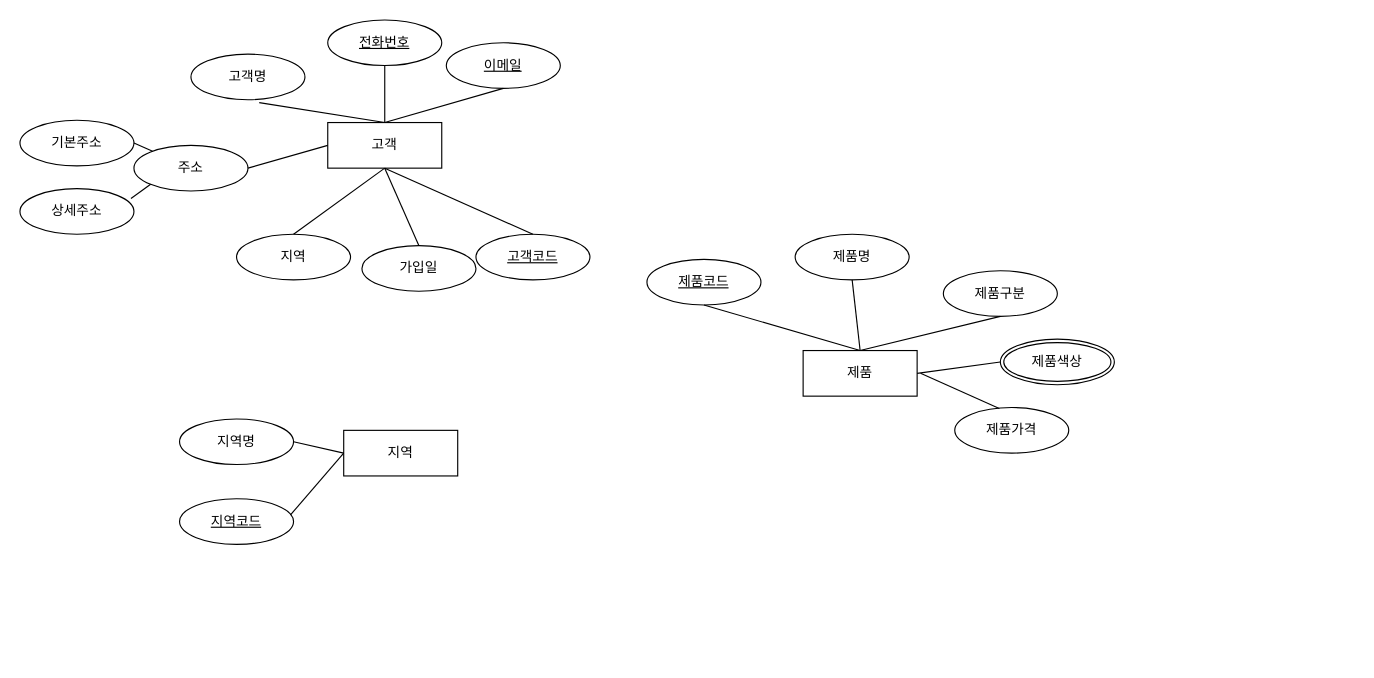
This is 제목 없는 다이어그램.drawio from woozi97/erd, a draw.io file, before an edit. Source tidied: cells renumbered, new cells numbered last; positions are measured from the earlier drawing's top-left corner, leaving out a move shared by most shapes. Both pictures are drawn from the tidied source at 114%, with x=0, y=0 at pixel (19, 19).
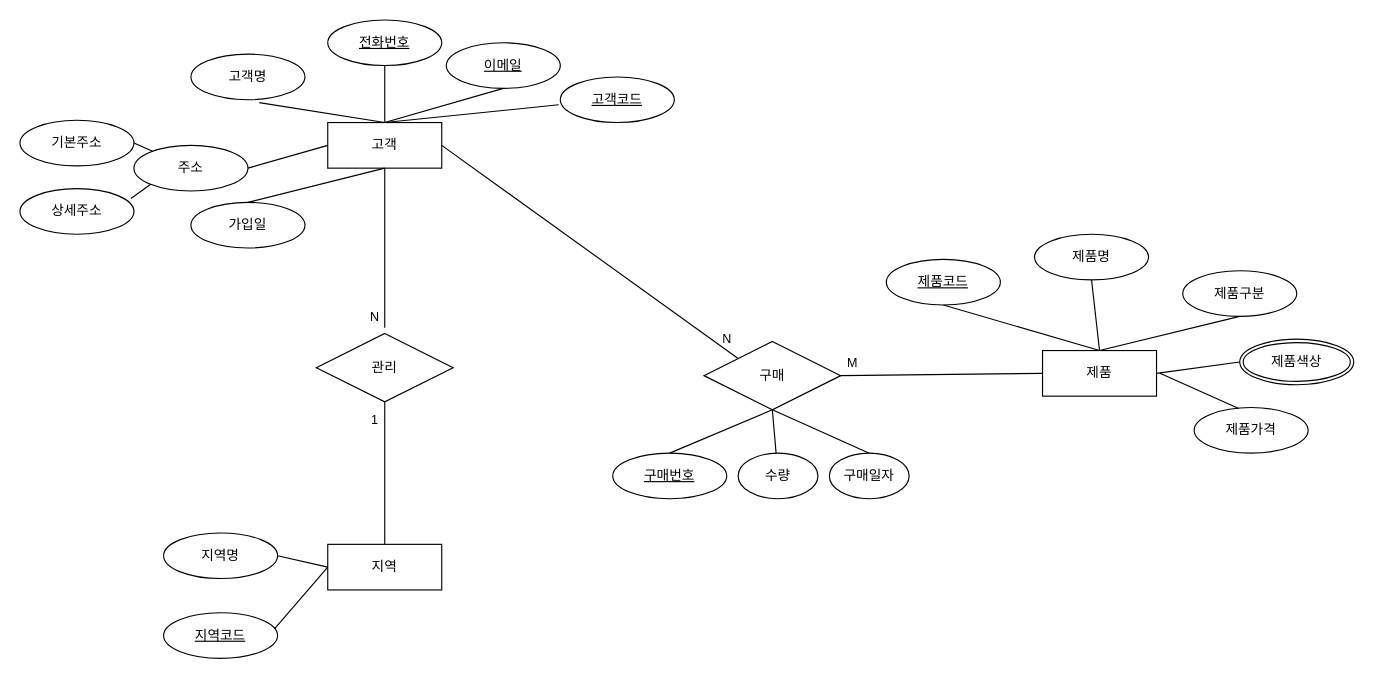
Above is the later version.

Commit message:
제목 없는 다이어그램.drawio 업데이트

The change refers to these unchanged cells:
```xml
<mxCell id="2" value="고객" style="whiteSpace=wrap;html=1;align=center;" parent="1" vertex="1">
  <mxGeometry x="270" y="90" width="100" height="40" as="geometry" />
</mxCell>
```

What changed in the source:
```diff
@@
-    <mxCell id="9" value="지역" style="ellipse;whiteSpace=wrap;html=1;align=center;" parent="1" vertex="1">
-      <mxGeometry x="190" y="188" width="100" height="40" as="geometry" />
-    </mxCell>
     <mxCell id="10" value="가입일" style="ellipse;whiteSpace=wrap;html=1;align=center;" parent="1" vertex="1">
-      <mxGeometry x="300" y="198" width="100" height="40" as="geometry" />
+      <mxGeometry x="150" y="160" width="100" height="40" as="geometry" />
     </mxCell>
     <mxCell id="11" value="고객코드" style="ellipse;whiteSpace=wrap;html=1;align=center;fontStyle=4;" parent="1" vertex="1">
-      <mxGeometry x="400" y="188" width="100" height="40" as="geometry" />
+      <mxGeometry x="474" y="50" width="100" height="40" as="geometry" />
     </mxCell>
@@
-    <mxCell id="18" style="endArrow=none;html=1;rounded=0;exitX=0.5;exitY=0;exitDx=0;exitDy=0;entryX=0.5;entryY=1;entryDx=0;entryDy=0;" parent="1" edge="1" source="9" target="2">
-      <mxGeometry relative="1" as="geometry" />
-    </mxCell>
@@
-    <mxCell id="20" style="endArrow=none;html=1;rounded=0;exitX=0.5;exitY=0;exitDx=0;exitDy=0;" parent="1" edge="1" source="11">
-      <mxGeometry relative="1" as="geometry">
-        <mxPoint x="320" y="130" as="targetPoint" />
-      </mxGeometry>
+    <mxCell id="20" style="endArrow=none;html=1;rounded=0;exitX=-0.014;exitY=0.61;exitDx=0;exitDy=0;entryX=0.5;entryY=0;entryDx=0;entryDy=0;exitPerimeter=0;" parent="1" edge="1" source="11" target="2">
+      <mxGeometry relative="1" as="geometry" />
     </mxCell>
     <mxCell id="21" value="지역" style="whiteSpace=wrap;html=1;align=center;" parent="1" vertex="1">
-      <mxGeometry x="284" y="360" width="100" height="40" as="geometry" />
+      <mxGeometry x="270" y="460" width="100" height="40" as="geometry" />
     </mxCell>
     <mxCell id="22" value="지역명" style="ellipse;whiteSpace=wrap;html=1;align=center;" parent="1" vertex="1">
-      <mxGeometry x="140" y="350" width="100" height="40" as="geometry" />
+      <mxGeometry x="126" y="450" width="100" height="40" as="geometry" />
     </mxCell>
@@
     <mxCell id="24" value="지역코드" style="ellipse;whiteSpace=wrap;html=1;align=center;fontStyle=4;" parent="1" vertex="1">
-      <mxGeometry x="140" y="420" width="100" height="40" as="geometry" />
+      <mxGeometry x="126" y="520" width="100" height="40" as="geometry" />
     </mxCell>
@@
     <mxCell id="26" value="제품" style="whiteSpace=wrap;html=1;align=center;" parent="1" vertex="1">
-      <mxGeometry x="687" y="290" width="100" height="40" as="geometry" />
+      <mxGeometry x="897" y="290" width="100" height="40" as="geometry" />
     </mxCell>
     <mxCell id="27" value="제품명" style="ellipse;whiteSpace=wrap;html=1;align=center;" parent="1" vertex="1">
-      <mxGeometry x="680" y="188" width="100" height="40" as="geometry" />
+      <mxGeometry x="890" y="188" width="100" height="40" as="geometry" />
     </mxCell>
@@
     <mxCell id="29" value="제품코드" style="ellipse;whiteSpace=wrap;html=1;align=center;fontStyle=4;" parent="1" vertex="1">
-      <mxGeometry x="550" y="210" width="100" height="40" as="geometry" />
+      <mxGeometry x="760" y="210" width="100" height="40" as="geometry" />
     </mxCell>
@@
     <mxCell id="31" value="제품구분" style="ellipse;whiteSpace=wrap;html=1;align=center;" parent="1" vertex="1">
-      <mxGeometry x="810" y="220" width="100" height="40" as="geometry" />
+      <mxGeometry x="1020" y="220" width="100" height="40" as="geometry" />
     </mxCell>
@@
     <mxCell id="33" value="제품색상" style="ellipse;shape=doubleEllipse;margin=3;whiteSpace=wrap;html=1;align=center;" parent="1" vertex="1">
-      <mxGeometry x="860" y="280" width="100" height="40" as="geometry" />
+      <mxGeometry x="1070" y="280" width="100" height="40" as="geometry" />
     </mxCell>
     <mxCell id="34" value="제품가격" style="ellipse;whiteSpace=wrap;html=1;align=center;" parent="1" vertex="1">
-      <mxGeometry x="820" y="340" width="100" height="40" as="geometry" />
+      <mxGeometry x="1030" y="340" width="100" height="40" as="geometry" />
     </mxCell>
@@
     <mxCell id="36" style="endArrow=none;html=1;rounded=0;exitX=0.391;exitY=0.019;exitDx=0;exitDy=0;exitPerimeter=0;" parent="1" edge="1" source="34">
       <mxGeometry relative="1" as="geometry">
-        <mxPoint x="790" y="310" as="targetPoint" />
+        <mxPoint x="1000" y="310" as="targetPoint" />
       </mxGeometry>
     </mxCell>
+    <mxCell id="37" style="endArrow=none;html=1;rounded=0;exitX=0;exitY=0;exitDx=0;exitDy=0;entryX=1;entryY=0.5;entryDx=0;entryDy=0;" parent="1" edge="1" source="46" target="2">
+      <mxGeometry relative="1" as="geometry" />
+    </mxCell>
+    <mxCell id="38" value="N" style="edgeLabel;html=1;align=center;verticalAlign=middle;" parent="37" vertex="1">
+      <mxGeometry x="-0.15" relative="1" as="geometry">
+        <mxPoint x="100" y="62" as="offset" />
+      </mxGeometry>
+    </mxCell>
+    <mxCell id="39" style="endArrow=none;html=1;rounded=0;entryX=0;entryY=0.5;entryDx=0;entryDy=0;exitX=1;exitY=0.5;exitDx=0;exitDy=0;" parent="1" edge="1" source="46" target="26">
+      <mxGeometry relative="1" as="geometry" />
+    </mxCell>
+    <mxCell id="40" value="M" style="edgeLabel;html=1;align=center;verticalAlign=middle;" parent="39" vertex="1">
+      <mxGeometry x="-0.2" y="1" relative="1" as="geometry">
+        <mxPoint x="-61" y="-10" as="offset" />
+      </mxGeometry>
+    </mxCell>
+    <mxCell id="41" value="관리" style="shape=rhombus;perimeter=rhombusPerimeter;whiteSpace=wrap;html=1;align=center;" parent="1" vertex="1">
+      <mxGeometry x="260" y="275" width="120" height="60" as="geometry" />
+    </mxCell>
+    <mxCell id="42" style="endArrow=none;html=1;rounded=0;" parent="1" edge="1">
+      <mxGeometry relative="1" as="geometry">
+        <mxPoint x="320" y="270" as="sourcePoint" />
+        <mxPoint x="320" y="130" as="targetPoint" />
+      </mxGeometry>
+    </mxCell>
+    <mxCell id="43" value="N" style="edgeLabel;html=1;align=center;verticalAlign=middle;" parent="42" vertex="1">
+      <mxGeometry x="0.63" y="-2" relative="1" as="geometry">
+        <mxPoint x="-12" y="104" as="offset" />
+      </mxGeometry>
+    </mxCell>
+    <mxCell id="44" style="endArrow=none;html=1;rounded=0;entryX=0.5;entryY=1;entryDx=0;entryDy=0;exitX=0.5;exitY=0;exitDx=0;exitDy=0;" parent="1" edge="1" source="21" target="41">
+      <mxGeometry relative="1" as="geometry" />
+    </mxCell>
+    <mxCell id="45" value="1" style="edgeLabel;html=1;align=center;verticalAlign=middle;" parent="44" vertex="1">
+      <mxGeometry x="0.14" y="-1" relative="1" as="geometry">
+        <mxPoint x="-11" y="-39" as="offset" />
+      </mxGeometry>
+    </mxCell>
+    <mxCell id="46" value="구매" style="shape=rhombus;perimeter=rhombusPerimeter;whiteSpace=wrap;html=1;align=center;" parent="1" vertex="1">
+      <mxGeometry x="600" y="282" width="120" height="60" as="geometry" />
+    </mxCell>
+    <mxCell id="47" value="구매번호" style="ellipse;whiteSpace=wrap;html=1;align=center;fontStyle=4;" parent="1" vertex="1">
+      <mxGeometry x="520" y="380" width="100" height="40" as="geometry" />
+    </mxCell>
+    <mxCell id="48" value="수량" style="ellipse;whiteSpace=wrap;html=1;align=center;" parent="1" vertex="1">
+      <mxGeometry x="630" y="380" width="70" height="40" as="geometry" />
+    </mxCell>
+    <mxCell id="49" value="구매일자" style="ellipse;whiteSpace=wrap;html=1;align=center;" parent="1" vertex="1">
+      <mxGeometry x="710" y="380" width="70" height="40" as="geometry" />
+    </mxCell>
+    <mxCell id="50" style="endArrow=none;html=1;rounded=0;exitX=0.5;exitY=0;exitDx=0;exitDy=0;entryX=0.5;entryY=1;entryDx=0;entryDy=0;" parent="1" edge="1" source="47" target="46">
+      <mxGeometry relative="1" as="geometry" />
+    </mxCell>
+    <mxCell id="51" style="endArrow=none;html=1;rounded=0;entryX=0.5;entryY=1;entryDx=0;entryDy=0;" parent="1" edge="1" source="48" target="46">
+      <mxGeometry relative="1" as="geometry" />
+    </mxCell>
+    <mxCell id="52" style="endArrow=none;html=1;rounded=0;entryX=0.5;entryY=1;entryDx=0;entryDy=0;exitX=0.5;exitY=0;exitDx=0;exitDy=0;" parent="1" edge="1" source="49" target="46">
+      <mxGeometry relative="1" as="geometry" />
+    </mxCell>
```
